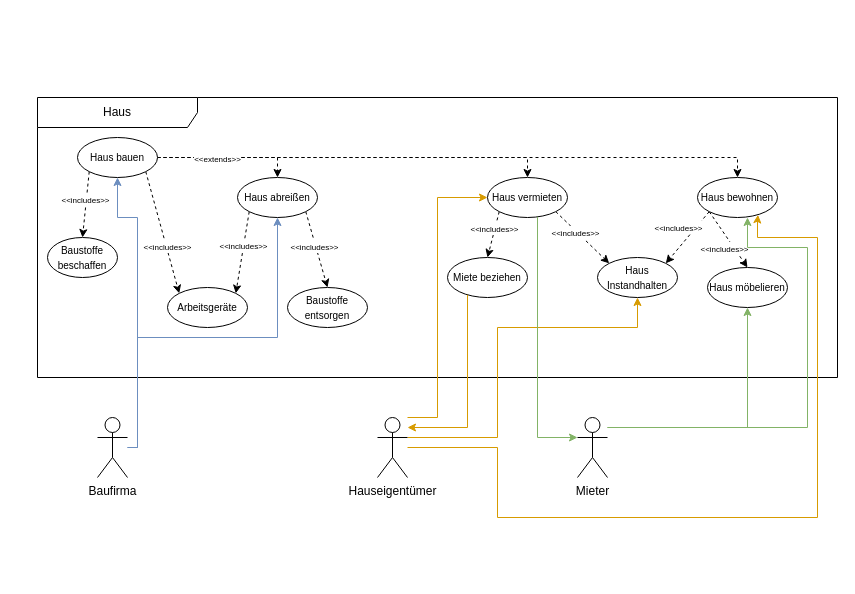
Above: 06-09 Anwendungsfalldiagramm und Aktivitätsdiagramm/Aufgabe08/Aufgabe08.drawio in R4Tobi/modellierung (draw.io), before the change. Source tidied: cells renumbered, new cells numbered last; positions are measured from the earlier drawing's top-left corner, leaving out a move shared by most shapes. Both pictures are drawn from the tidied source at 100%, with x=0, y=0 at pixel (37, 97).
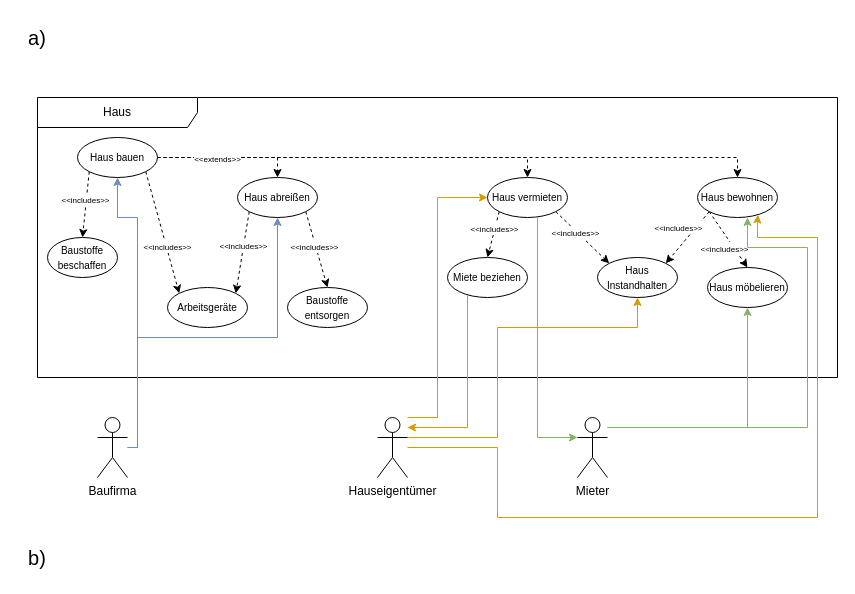
The same diagram, later.

Change to the diagram source:
```diff
@@
+    <mxCell id="45" value="&lt;font style=&quot;font-size: 20px;&quot;&gt;a)&lt;/font&gt;" style="text;html=1;align=center;verticalAlign=middle;whiteSpace=wrap;rounded=0;" parent="1" vertex="1">
+      <mxGeometry x="-20" y="-80" width="40" height="40" as="geometry" />
+    </mxCell>
+    <mxCell id="46" value="&lt;font style=&quot;font-size: 20px;&quot;&gt;b)&lt;/font&gt;" style="text;html=1;align=center;verticalAlign=middle;whiteSpace=wrap;rounded=0;" parent="1" vertex="1">
+      <mxGeometry x="-20" y="440" width="40" height="40" as="geometry" />
+    </mxCell>
```
